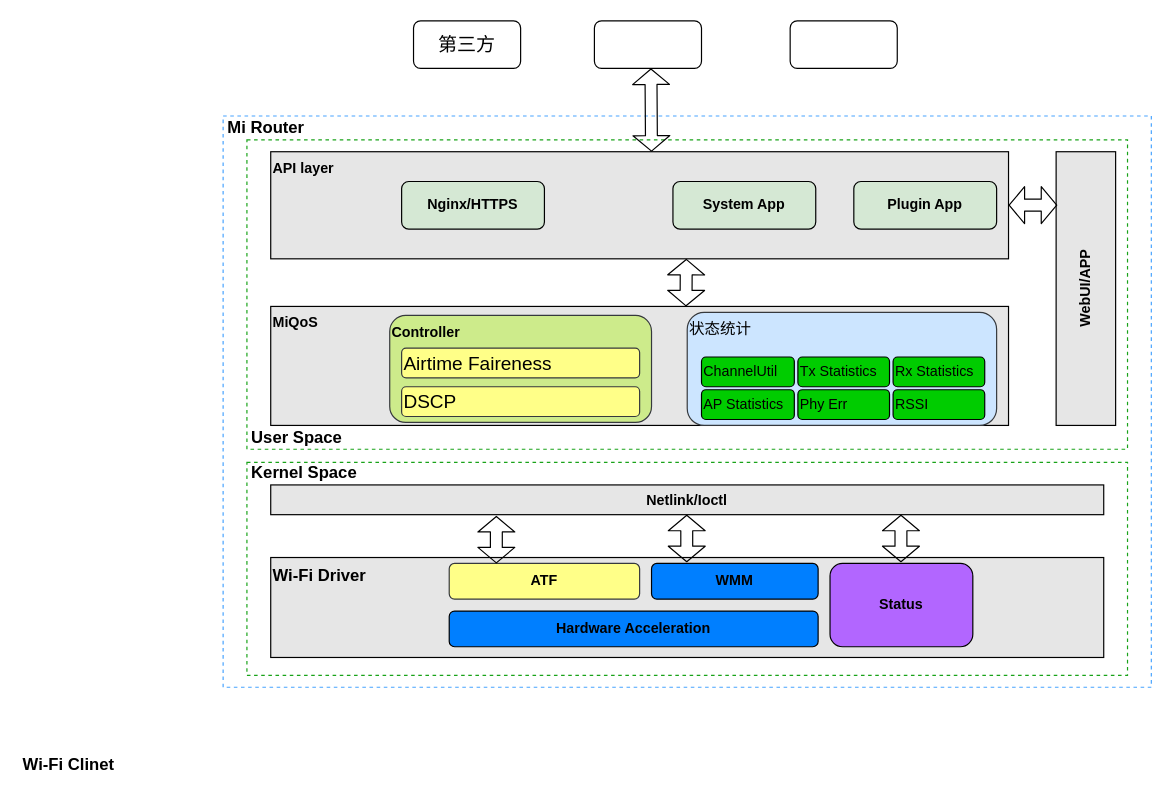
Before: page "ATF_WMM" (1 of 8) of ATF_WMM.drawio in xdutaotao/draw.io, a draw.io diagram. Source tidied: cells renumbered, new cells numbered last; positions are measured from the earlier drawing's top-left corner, leaving out a move shared by most shapes. Both pictures are drawn from the tidied source at 119%, with x=0, y=0 at pixel (20, 20).
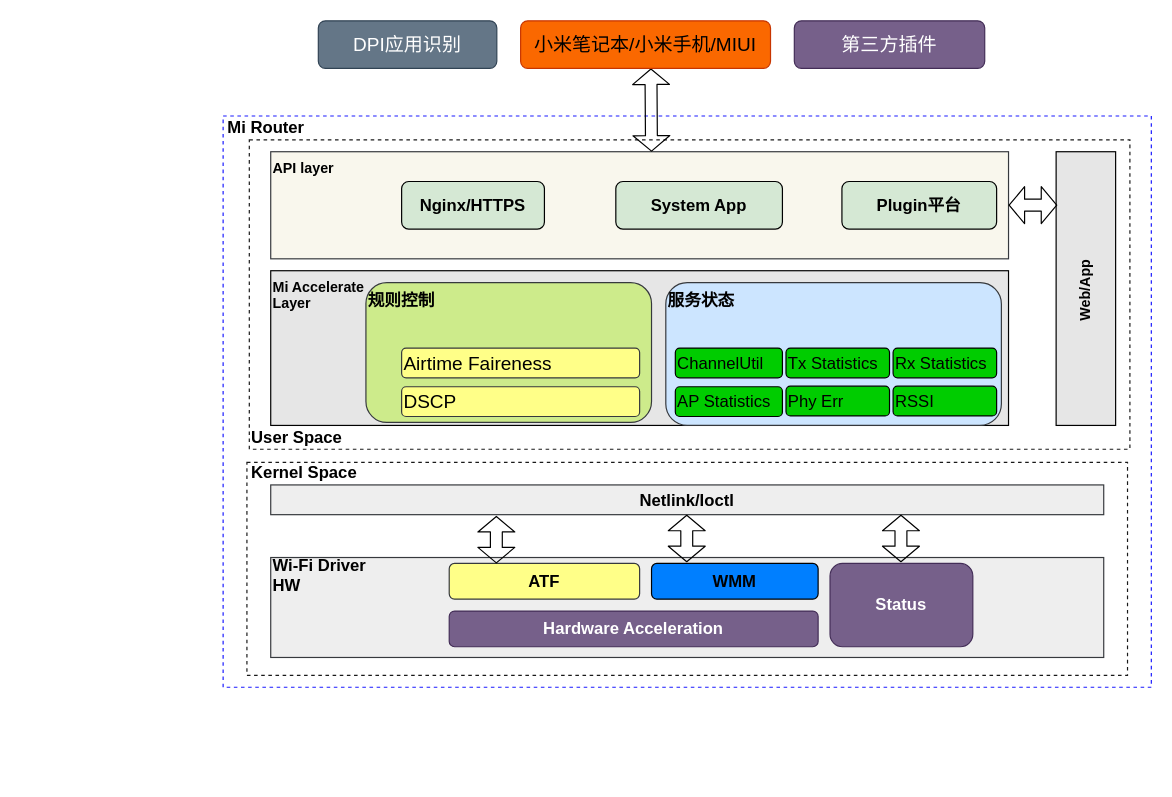
The same page after the edit.

Diff of the diagram source:
```diff
@@
-    <mxCell id="2" style="rounded=0;whiteSpace=wrap;html=1;fillColor=#FFFFFF;opacity=90;strokeColor=#3399FF;dashed=1;strokeWidth=1;align=left;verticalAlign=top;" parent="1" vertex="1">
+    <mxCell id="2" style="rounded=0;whiteSpace=wrap;html=1;fillColor=#FFFFFF;opacity=90;strokeColor=#0000FF;dashed=1;strokeWidth=1;align=left;verticalAlign=top;" parent="1" vertex="1">
       <mxGeometry x="170" y="80" width="780" height="480" as="geometry" />
     </mxCell>
-    <mxCell id="3" style="rounded=0;whiteSpace=wrap;html=1;fillColor=#FFFFFF;opacity=90;strokeColor=#009900;dashed=1;strokeWidth=1;" parent="1" vertex="1">
-      <mxGeometry x="190" y="100" width="740" height="260" as="geometry" />
+    <mxCell id="3" style="rounded=0;whiteSpace=wrap;html=1;fillColor=#FFFFFF;opacity=90;strokeColor=#000000;dashed=1;strokeWidth=1;" parent="1" vertex="1">
+      <mxGeometry x="192" y="100" width="740" height="260" as="geometry" />
     </mxCell>
-    <mxCell id="4" value="API layer" style="rounded=0;whiteSpace=wrap;html=1;fillColor=#E6E6E6;align=left;verticalAlign=top;fontStyle=1;" parent="1" vertex="1">
+    <mxCell id="4" value="API layer" style="rounded=0;whiteSpace=wrap;html=1;fillColor=#f9f7ed;align=left;verticalAlign=top;fontStyle=1;strokeColor=#36393d;" parent="1" vertex="1">
       <mxGeometry x="210" y="110" width="620" height="90" as="geometry" />
     </mxCell>
-    <mxCell id="5" style="rounded=0;whiteSpace=wrap;html=1;fillColor=#FFFFFF;opacity=90;strokeColor=#009900;dashed=1;strokeWidth=1;" parent="1" vertex="1">
+    <mxCell id="5" style="rounded=0;whiteSpace=wrap;html=1;fillColor=#FFFFFF;opacity=90;strokeColor=#000000;dashed=1;strokeWidth=1;" parent="1" vertex="1">
       <mxGeometry x="190" y="371" width="740" height="179" as="geometry" />
     </mxCell>
-    <mxCell id="6" style="rounded=0;whiteSpace=wrap;html=1;fillColor=#E6E6E6;" parent="1" vertex="1">
+    <mxCell id="6" style="rounded=0;whiteSpace=wrap;html=1;fillColor=#eeeeee;strokeColor=#36393d;" parent="1" vertex="1">
       <mxGeometry x="210" y="451" width="700" height="84" as="geometry" />
     </mxCell>
-    <mxCell id="7" value="&lt;b&gt;Netlink/Ioctl&lt;/b&gt;" style="rounded=0;whiteSpace=wrap;html=1;fillColor=#E6E6E6;" parent="1" vertex="1">
+    <mxCell id="7" value="&lt;b style=&quot;font-size: 14px;&quot;&gt;Netlink/Ioctl&lt;/b&gt;" style="rounded=0;whiteSpace=wrap;html=1;fillColor=#eeeeee;strokeColor=#36393d;fontSize=14;" parent="1" vertex="1">
       <mxGeometry x="210" y="390" width="700" height="25" as="geometry" />
     </mxCell>
-    <mxCell id="8" value="&lt;b style=&quot;font-size: 14px;&quot;&gt;Wi-Fi Driver&lt;/b&gt;" style="text;html=1;strokeColor=none;fillColor=none;align=left;verticalAlign=middle;whiteSpace=wrap;rounded=0;fontSize=14;" parent="1" vertex="1">
+    <mxCell id="8" value="&lt;b style=&quot;font-size: 14px&quot;&gt;Wi-Fi Driver&lt;br&gt;HW&lt;br&gt;&lt;/b&gt;" style="text;html=1;strokeColor=none;fillColor=none;align=left;verticalAlign=middle;whiteSpace=wrap;rounded=0;fontSize=14;" parent="1" vertex="1">
       <mxGeometry x="210" y="456" width="110" height="20" as="geometry" />
     </mxCell>
-    <mxCell id="9" value="&lt;b&gt;ATF&lt;/b&gt;" style="rounded=1;whiteSpace=wrap;html=1;fillColor=#ffff88;strokeColor=#36393d;" parent="1" vertex="1">
+    <mxCell id="9" value="&lt;b style=&quot;font-size: 14px;&quot;&gt;ATF&lt;/b&gt;" style="rounded=1;whiteSpace=wrap;html=1;fillColor=#ffff88;strokeColor=#36393d;fontSize=14;" parent="1" vertex="1">
       <mxGeometry x="360" y="456" width="160" height="30" as="geometry" />
     </mxCell>
-    <mxCell id="10" value="&lt;b&gt;WMM&lt;/b&gt;" style="rounded=1;whiteSpace=wrap;html=1;fillColor=#007FFF;" parent="1" vertex="1">
+    <mxCell id="10" value="&lt;b style=&quot;font-size: 14px;&quot;&gt;WMM&lt;/b&gt;" style="rounded=1;whiteSpace=wrap;html=1;fillColor=#007FFF;fontSize=14;" parent="1" vertex="1">
       <mxGeometry x="530" y="456" width="140" height="30" as="geometry" />
     </mxCell>
-    <mxCell id="11" value="&lt;b&gt;Status&lt;/b&gt;" style="rounded=1;whiteSpace=wrap;html=1;fillColor=#B266FF;" parent="1" vertex="1">
+    <mxCell id="11" value="&lt;b style=&quot;font-size: 14px;&quot;&gt;Status&lt;/b&gt;" style="rounded=1;whiteSpace=wrap;html=1;fillColor=#76608a;fontSize=14;strokeColor=#432D57;fontColor=#ffffff;" parent="1" vertex="1">
       <mxGeometry x="680" y="456" width="120" height="70" as="geometry" />
     </mxCell>
@@
-    <mxCell id="17" value="MiQoS" style="rounded=0;whiteSpace=wrap;html=1;fillColor=#E6E6E6;align=left;verticalAlign=top;fontStyle=1;" parent="1" vertex="1">
-      <mxGeometry x="210" y="240" width="620" height="100" as="geometry" />
+    <mxCell id="17" value="Mi Accelerate&lt;br&gt;Layer" style="rounded=0;whiteSpace=wrap;html=1;fillColor=#E6E6E6;align=left;verticalAlign=top;fontStyle=1;" parent="1" vertex="1">
+      <mxGeometry x="210" y="210" width="620" height="130" as="geometry" />
     </mxCell>
-    <mxCell id="18" value="&lt;b&gt;Controller&lt;br /&gt;&lt;/b&gt;" style="rounded=1;whiteSpace=wrap;html=1;fillColor=#cdeb8b;align=left;verticalAlign=top;strokeColor=#36393d;" parent="1" vertex="1">
-      <mxGeometry x="310" y="247.5" width="220" height="90" as="geometry" />
+    <mxCell id="18" value="&lt;b&gt;&lt;font style=&quot;font-size: 14px&quot;&gt;规则控制&lt;/font&gt;&lt;br&gt;&lt;/b&gt;" style="rounded=1;whiteSpace=wrap;html=1;fillColor=#cdeb8b;align=left;verticalAlign=top;strokeColor=#36393d;" parent="1" vertex="1">
+      <mxGeometry x="290" y="220" width="240" height="117.5" as="geometry" />
     </mxCell>
-    <mxCell id="19" value="&lt;b&gt;Hardware Acceleration&lt;/b&gt;" style="rounded=1;whiteSpace=wrap;html=1;fillColor=#007FFF;" parent="1" vertex="1">
+    <mxCell id="19" value="&lt;b style=&quot;font-size: 14px;&quot;&gt;Hardware Acceleration&lt;/b&gt;" style="rounded=1;whiteSpace=wrap;html=1;fillColor=#76608a;fontSize=14;strokeColor=#432D57;fontColor=#ffffff;" parent="1" vertex="1">
       <mxGeometry x="360" y="496" width="310" height="30" as="geometry" />
     </mxCell>
-    <mxCell id="20" value="&lt;span style=&quot;font-size: 13px&quot;&gt;状态统计&lt;br style=&quot;font-size: 13px&quot;&gt;&lt;/span&gt;" style="rounded=1;whiteSpace=wrap;html=1;fillColor=#cce5ff;align=left;verticalAlign=top;fontSize=13;strokeColor=#36393d;" parent="1" vertex="1">
-      <mxGeometry x="560" y="245" width="260" height="95" as="geometry" />
+    <mxCell id="20" value="&lt;span style=&quot;font-size: 14px&quot;&gt;&lt;b&gt;服务状态&lt;/b&gt;&lt;/span&gt;" style="rounded=1;whiteSpace=wrap;html=1;fillColor=#cce5ff;align=left;verticalAlign=top;fontSize=13;strokeColor=#36393d;" parent="1" vertex="1">
+      <mxGeometry x="542" y="220" width="282" height="120" as="geometry" />
     </mxCell>
-    <mxCell id="21" value="&lt;font style=&quot;font-size: 12px;&quot;&gt;ChannelUtil&lt;/font&gt;" style="rounded=1;whiteSpace=wrap;html=1;strokeColor=#000000;strokeWidth=1;fillColor=#00CC00;fontSize=12;align=left;" parent="1" vertex="1">
-      <mxGeometry x="572" y="282.5" width="78" height="25" as="geometry" />
+    <mxCell id="21" value="&lt;font style=&quot;font-size: 14px;&quot;&gt;ChannelUtil&lt;/font&gt;" style="rounded=1;whiteSpace=wrap;html=1;strokeColor=#000000;strokeWidth=1;fillColor=#00CC00;fontSize=14;align=left;" parent="1" vertex="1">
+      <mxGeometry x="550" y="275" width="90" height="25" as="geometry" />
     </mxCell>
-    <mxCell id="22" value="&lt;font style=&quot;font-size: 12px;&quot;&gt;Tx Statistics&lt;/font&gt;" style="rounded=1;whiteSpace=wrap;html=1;strokeColor=#000000;strokeWidth=1;fillColor=#00CC00;fontSize=12;align=left;" parent="1" vertex="1">
-      <mxGeometry x="653" y="282.5" width="77" height="25" as="geometry" />
+    <mxCell id="22" value="&lt;font style=&quot;font-size: 14px;&quot;&gt;Tx Statistics&lt;/font&gt;" style="rounded=1;whiteSpace=wrap;html=1;strokeColor=#000000;strokeWidth=1;fillColor=#00CC00;fontSize=14;align=left;" parent="1" vertex="1">
+      <mxGeometry x="643" y="275" width="87" height="25" as="geometry" />
     </mxCell>
-    <mxCell id="23" value="&lt;font style=&quot;font-size: 12px;&quot;&gt;Rx Statistics&lt;/font&gt;" style="rounded=1;whiteSpace=wrap;html=1;strokeColor=#000000;strokeWidth=1;fillColor=#00CC00;fontSize=12;align=left;" parent="1" vertex="1">
-      <mxGeometry x="733" y="282.5" width="77" height="25" as="geometry" />
+    <mxCell id="23" value="&lt;font style=&quot;font-size: 14px;&quot;&gt;Rx Statistics&lt;/font&gt;" style="rounded=1;whiteSpace=wrap;html=1;strokeColor=#000000;strokeWidth=1;fillColor=#00CC00;fontSize=14;align=left;" parent="1" vertex="1">
+      <mxGeometry x="733" y="275" width="87" height="25" as="geometry" />
     </mxCell>
-    <mxCell id="24" value="&lt;font style=&quot;font-size: 12px;&quot;&gt;RSSI&lt;/font&gt;" style="rounded=1;whiteSpace=wrap;html=1;strokeColor=#000000;strokeWidth=1;fillColor=#00CC00;fontSize=12;align=left;" parent="1" vertex="1">
-      <mxGeometry x="733" y="310" width="77" height="25" as="geometry" />
+    <mxCell id="24" value="&lt;font style=&quot;font-size: 14px;&quot;&gt;RSSI&lt;/font&gt;" style="rounded=1;whiteSpace=wrap;html=1;strokeColor=#000000;strokeWidth=1;fillColor=#00CC00;fontSize=14;align=left;" parent="1" vertex="1">
+      <mxGeometry x="733" y="307" width="87" height="25" as="geometry" />
     </mxCell>
-    <mxCell id="25" value="&lt;font style=&quot;font-size: 12px;&quot;&gt;Phy Err&lt;/font&gt;" style="rounded=1;whiteSpace=wrap;html=1;strokeColor=#000000;strokeWidth=1;fillColor=#00CC00;fontSize=12;align=left;" parent="1" vertex="1">
-      <mxGeometry x="653" y="310" width="77" height="25" as="geometry" />
+    <mxCell id="25" value="&lt;font style=&quot;font-size: 14px;&quot;&gt;Phy Err&lt;/font&gt;" style="rounded=1;whiteSpace=wrap;html=1;strokeColor=#000000;strokeWidth=1;fillColor=#00CC00;fontSize=14;align=left;" parent="1" vertex="1">
+      <mxGeometry x="643" y="307" width="87" height="25" as="geometry" />
     </mxCell>
-    <mxCell id="26" value="&lt;font style=&quot;font-size: 12px;&quot;&gt;AP Statistics&lt;/font&gt;" style="rounded=1;whiteSpace=wrap;html=1;strokeColor=#000000;strokeWidth=1;fillColor=#00CC00;fontSize=12;align=left;" parent="1" vertex="1">
-      <mxGeometry x="572" y="310" width="78" height="25" as="geometry" />
+    <mxCell id="26" value="&lt;font style=&quot;font-size: 14px;&quot;&gt;AP Statistics&lt;/font&gt;" style="rounded=1;whiteSpace=wrap;html=1;strokeColor=#000000;strokeWidth=1;fillColor=#00CC00;fontSize=14;align=left;" parent="1" vertex="1">
+      <mxGeometry x="550" y="307.5" width="90" height="25" as="geometry" />
     </mxCell>
@@
-    <mxCell id="29" value="Nginx/HTTPS" style="rounded=1;whiteSpace=wrap;html=1;fillColor=#D5E8D4;align=center;verticalAlign=middle;fontStyle=1;" parent="1" vertex="1">
+    <mxCell id="29" value="Nginx/HTTPS" style="rounded=1;whiteSpace=wrap;html=1;fillColor=#D5E8D4;align=center;verticalAlign=middle;fontStyle=1;fontSize=14;" parent="1" vertex="1">
       <mxGeometry x="320" y="135" width="120" height="40" as="geometry" />
     </mxCell>
-    <mxCell id="30" value="System App" style="rounded=1;whiteSpace=wrap;html=1;fillColor=#D5E8D4;align=center;verticalAlign=middle;fontStyle=1;" parent="1" vertex="1">
-      <mxGeometry x="548" y="135" width="120" height="40" as="geometry" />
+    <mxCell id="30" value="System App" style="rounded=1;whiteSpace=wrap;html=1;fillColor=#D5E8D4;align=center;verticalAlign=middle;fontStyle=1;fontSize=14;" parent="1" vertex="1">
+      <mxGeometry x="500" y="135" width="140" height="40" as="geometry" />
     </mxCell>
-    <mxCell id="31" value="Plugin App" style="rounded=1;whiteSpace=wrap;html=1;fillColor=#D5E8D4;align=center;verticalAlign=middle;fontStyle=1;" parent="1" vertex="1">
-      <mxGeometry x="700" y="135" width="120" height="40" as="geometry" />
+    <mxCell id="31" value="Plugin平台" style="rounded=1;whiteSpace=wrap;html=1;fillColor=#D5E8D4;align=center;verticalAlign=middle;fontStyle=1;fontSize=14;" parent="1" vertex="1">
+      <mxGeometry x="690" y="135" width="130" height="40" as="geometry" />
     </mxCell>
-    <mxCell id="32" value="WebUI/APP" style="rounded=0;whiteSpace=wrap;html=1;fillColor=#E6E6E6;align=center;verticalAlign=middle;fontStyle=1;horizontal=0;" parent="1" vertex="1">
+    <mxCell id="32" value="Web/App&amp;nbsp;" style="rounded=0;whiteSpace=wrap;html=1;fillColor=#E6E6E6;align=center;verticalAlign=middle;fontStyle=1;horizontal=0;" parent="1" vertex="1">
       <mxGeometry x="870" y="110" width="50" height="230" as="geometry" />
     </mxCell>
@@
-    <mxCell id="34" style="endArrow=classic;startArrow=classic;html=1;shape=flexArrow;endSize=4;startSize=4;" parent="1" edge="1">
-      <mxGeometry relative="1" as="geometry">
-        <mxPoint x="559" y="240" as="sourcePoint" />
-        <mxPoint x="559.2" y="200" as="targetPoint" />
-      </mxGeometry>
-    </mxCell>
@@
-    <mxCell id="36" value="&lt;b&gt;Wi-Fi Clinet&lt;/b&gt;" style="text;html=1;strokeColor=none;fillColor=none;align=left;verticalAlign=middle;whiteSpace=wrap;rounded=0;fontSize=14;" parent="1" vertex="1">
-      <mxGeometry y="615" width="108" height="20" as="geometry" />
-    </mxCell>
@@
-    <mxCell id="38" value="第三方" style="rounded=1;whiteSpace=wrap;html=1;fontSize=16;" parent="1" vertex="1">
-      <mxGeometry x="330" width="90" height="40" as="geometry" />
+    <mxCell id="38" value="第三方插件" style="rounded=1;whiteSpace=wrap;html=1;fontSize=16;fillColor=#76608a;strokeColor=#432D57;fontColor=#ffffff;" parent="1" vertex="1">
+      <mxGeometry x="650" width="160" height="40" as="geometry" />
     </mxCell>
-    <mxCell id="39" style="rounded=1;whiteSpace=wrap;html=1;fontSize=16;" parent="1" vertex="1">
-      <mxGeometry x="646.5" width="90" height="40" as="geometry" />
+    <mxCell id="39" value="DPI应用识别" style="rounded=1;whiteSpace=wrap;html=1;fontSize=16;fillColor=#647687;strokeColor=#314354;fontColor=#ffffff;" parent="1" vertex="1">
+      <mxGeometry x="250" width="150" height="40" as="geometry" />
     </mxCell>
-    <mxCell id="40" style="rounded=1;whiteSpace=wrap;html=1;fontSize=16;" parent="1" vertex="1">
-      <mxGeometry x="482" width="90" height="40" as="geometry" />
+    <mxCell id="40" value="小米笔记本/小米手机/MIUI" style="rounded=1;whiteSpace=wrap;html=1;fontSize=16;fillColor=#fa6800;strokeColor=#C73500;fontColor=#000000;" parent="1" vertex="1">
+      <mxGeometry x="420" width="210" height="40" as="geometry" />
     </mxCell>
```
